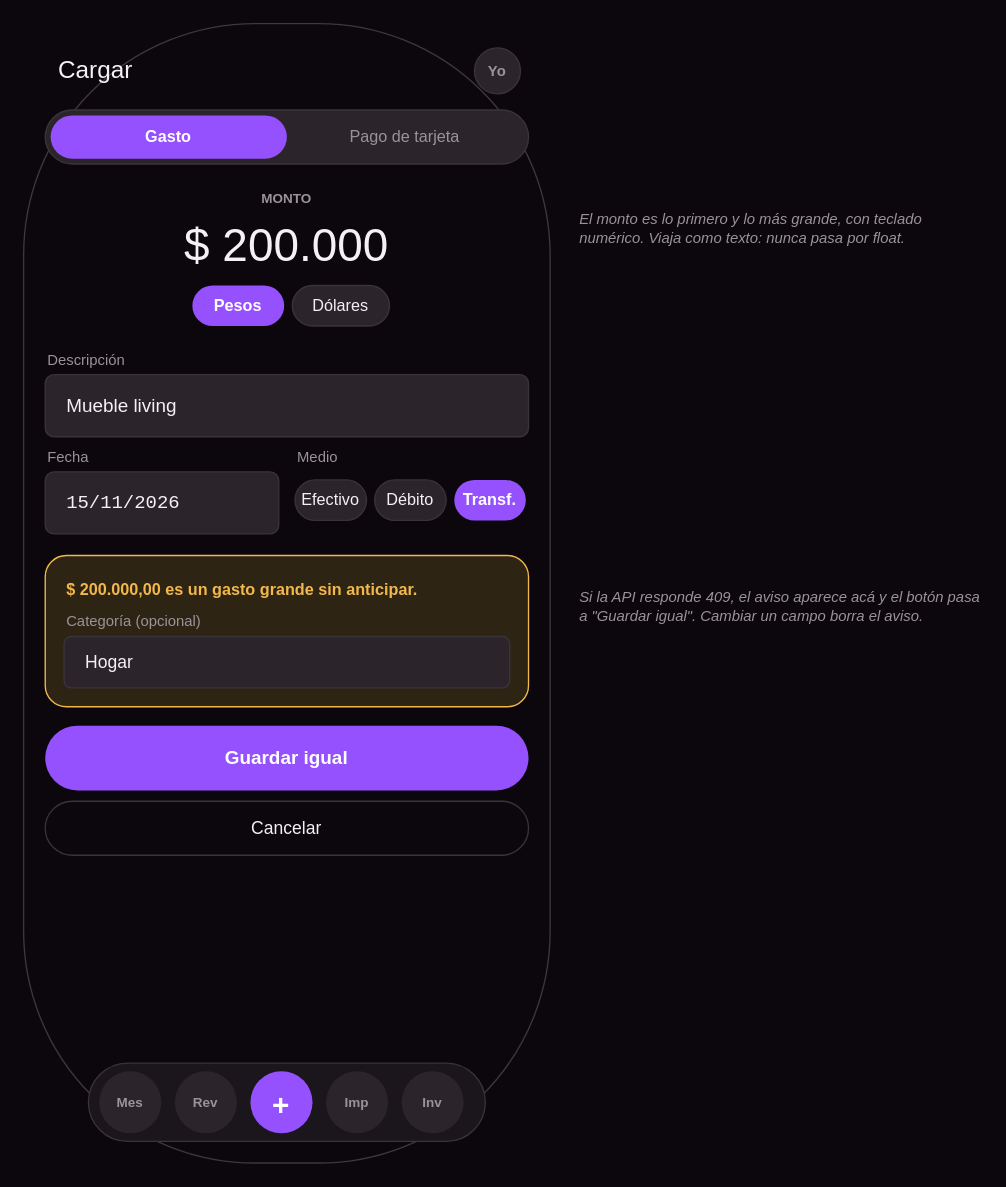
This is page "Cargar · celular" (3 of 16) of docs/diseno/conciliador.drawio from nicovazzoler/conciliador, a draw.io file, before an edit. Source tidied: cells renumbered, new cells numbered last; positions are measured from the earlier drawing's top-left corner, leaving out a move shared by most shapes. Both pictures are drawn from the tidied source at 135%, with x=0, y=0 at pixel (23, 23).
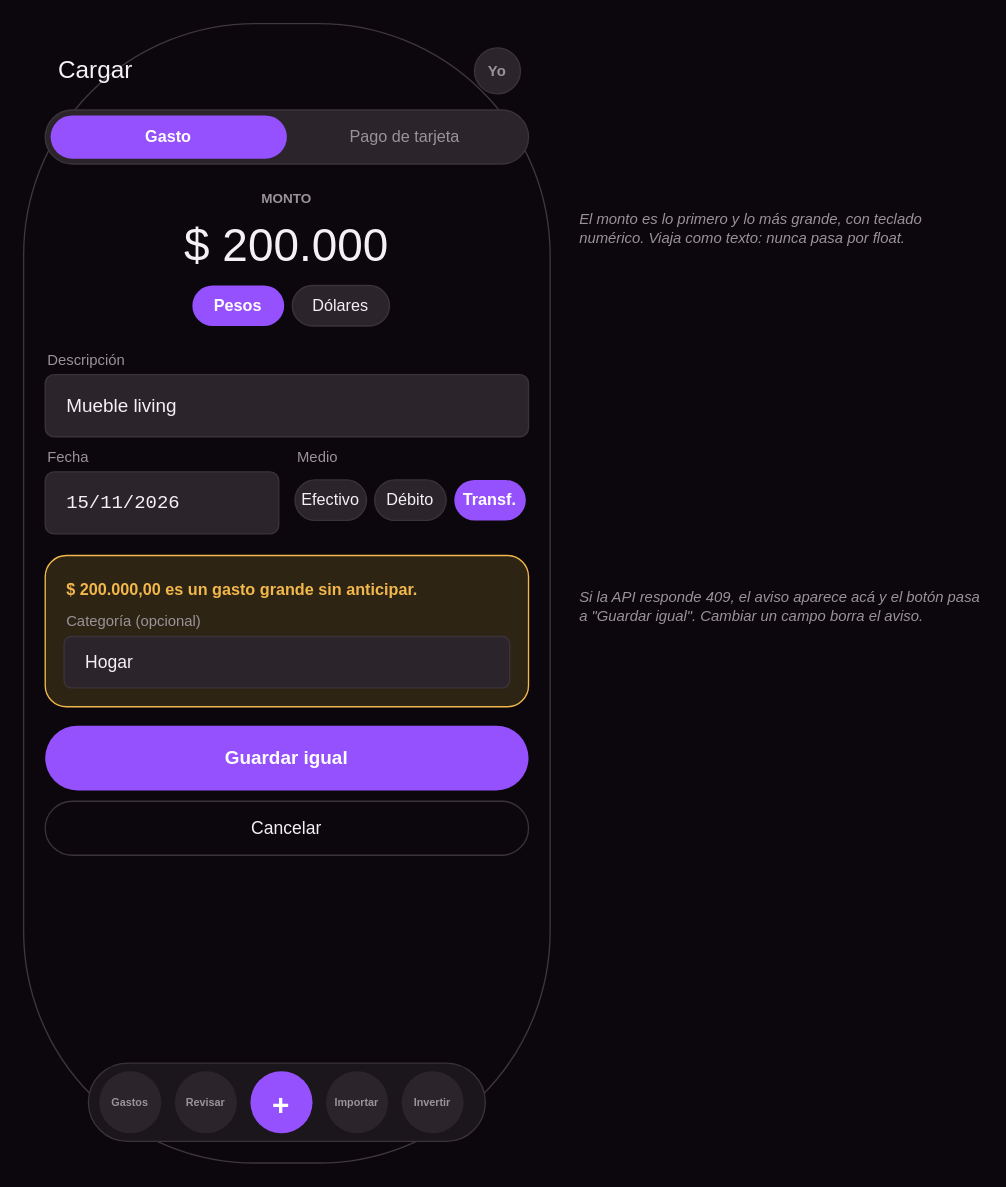
Above is the later version.

Commit message (it also covers changes not shown here):
Diseño: Gastos con meses anteriores, ganancia no realizada y escritorio de inversiones

La sección Mes pasa a llamarse Gastos, con flechas para ir a meses anteriores y las barras del total como los últimos seis meses. Trading muestra la ganancia realizada y la no realizada. Se suman Portafolio y Trading en escritorio: las 16 pantallas existen en celular y en escritorio.

Change to the diagram source:
```diff
@@
-    <mxCell id="6" value="Mes" style="ellipse;fillColor=#2B252B;strokeColor=none;fontColor=#9A939A;fontSize=10;fontFamily=Helvetica;fontStyle=1;align=center;verticalAlign=middle;" parent="1" vertex="1">
+    <mxCell id="6" value="Gastos" style="ellipse;fillColor=#2B252B;strokeColor=none;fontColor=#9A939A;fontSize=8;fontFamily=Helvetica;fontStyle=1;align=center;verticalAlign=middle;" parent="1" vertex="1">
       <mxGeometry x="56" y="776" width="46" height="46" as="geometry" />
     </mxCell>
-    <mxCell id="7" value="Rev" style="ellipse;fillColor=#2B252B;strokeColor=none;fontColor=#9A939A;fontSize=10;fontFamily=Helvetica;fontStyle=1;align=center;verticalAlign=middle;" parent="1" vertex="1">
+    <mxCell id="7" value="Revisar" style="ellipse;fillColor=#2B252B;strokeColor=none;fontColor=#9A939A;fontSize=8;fontFamily=Helvetica;fontStyle=1;align=center;verticalAlign=middle;" parent="1" vertex="1">
       <mxGeometry x="112" y="776" width="46" height="46" as="geometry" />
     </mxCell>
@@
-    <mxCell id="9" value="Imp" style="ellipse;fillColor=#2B252B;strokeColor=none;fontColor=#9A939A;fontSize=10;fontFamily=Helvetica;fontStyle=1;align=center;verticalAlign=middle;" parent="1" vertex="1">
+    <mxCell id="9" value="Importar" style="ellipse;fillColor=#2B252B;strokeColor=none;fontColor=#9A939A;fontSize=8;fontFamily=Helvetica;fontStyle=1;align=center;verticalAlign=middle;" parent="1" vertex="1">
       <mxGeometry x="224" y="776" width="46" height="46" as="geometry" />
     </mxCell>
-    <mxCell id="10" value="Inv" style="ellipse;fillColor=#2B252B;strokeColor=none;fontColor=#9A939A;fontSize=10;fontFamily=Helvetica;fontStyle=1;align=center;verticalAlign=middle;" parent="1" vertex="1">
+    <mxCell id="10" value="Invertir" style="ellipse;fillColor=#2B252B;strokeColor=none;fontColor=#9A939A;fontSize=8;fontFamily=Helvetica;fontStyle=1;align=center;verticalAlign=middle;" parent="1" vertex="1">
       <mxGeometry x="280" y="776" width="46" height="46" as="geometry" />
     </mxCell>
```
